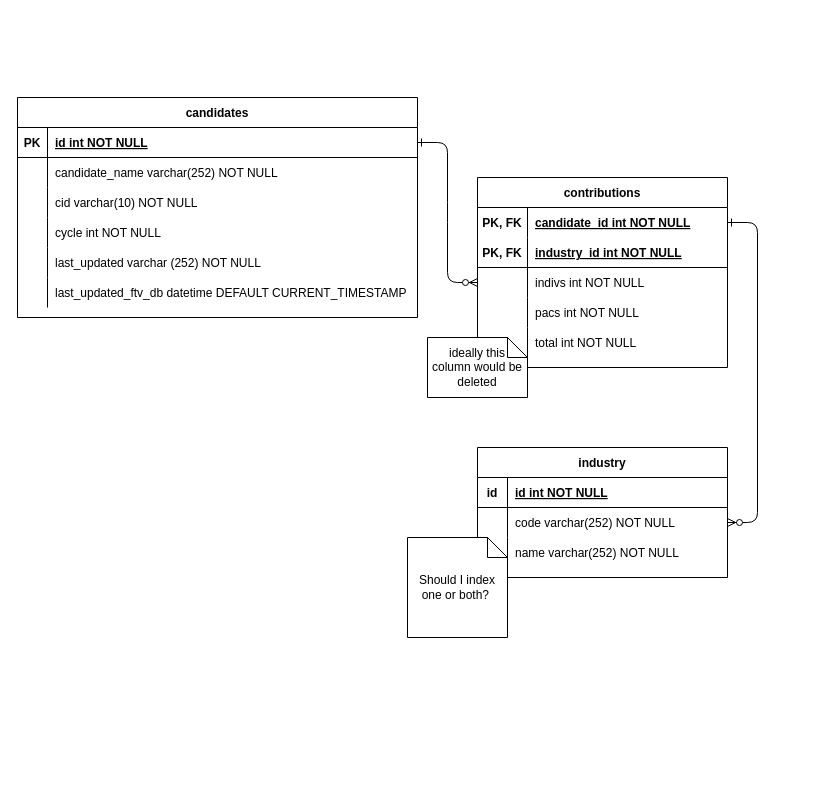
FundsToVotes/FTV_2022 keeps this draw.io diagram as serverside/database/database_structure.drawio. Above is the earlier version. Source tidied: cells renumbered, new cells numbered last; positions are measured from the earlier drawing's top-left corner, leaving out a move shared by most shapes. Both pictures are drawn from the tidied source at 100%, with x=0, y=0 at pixel (17, 97).
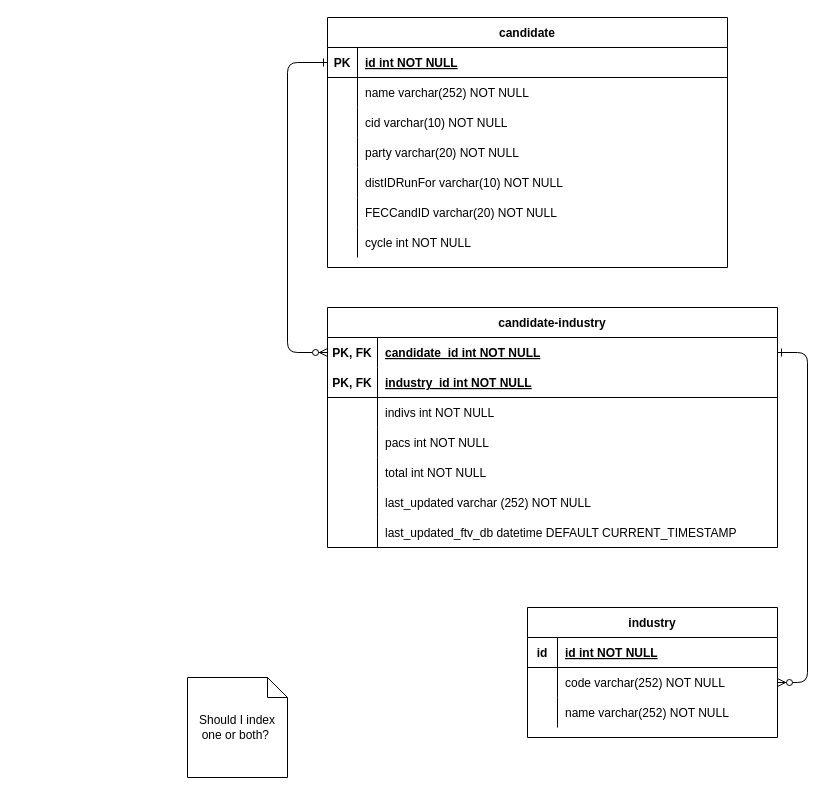
After the change.

The change refers to these unchanged cells:
```xml
<mxCell id="31" style="shape=partialRectangle;fillColor=none;points=[[0,0.5],[1,0.5]];portConstraint=eastwest;top=0;left=0;right=0;bottom=1;" parent="30" vertex="1">
  <mxGeometry y="30" width="400" height="30" as="geometry" />
</mxCell>
<mxCell id="34" style="shape=partialRectangle;fillColor=none;top=0;left=0;right=0;bottom=0;" parent="30" vertex="1">
  <mxGeometry y="60" width="400" height="30" as="geometry" />
</mxCell>
<mxCell id="40" style="shape=partialRectangle;fillColor=none;top=0;left=0;right=0;bottom=0;" parent="30" vertex="1">
  <mxGeometry y="120" width="400" height="30" as="geometry" />
</mxCell>
```

What changed in the source:
```diff
@@
-    <mxCell id="2" style="edgeStyle=entityRelationEdgeStyle;endArrow=ERzeroToMany;startArrow=ERone;endFill=1;startFill=0;" parent="1" edge="1" source="31" target="11">
-      <mxGeometry relative="1" as="geometry" />
+    <mxCell id="2" style="edgeStyle=elbowEdgeStyle;endArrow=ERzeroToMany;startArrow=ERone;endFill=1;startFill=0;entryX=0;entryY=0.5;entryDx=0;entryDy=0;exitX=0;exitY=0.5;exitDx=0;exitDy=0;" parent="1" edge="1" source="31" target="5">
+      <mxGeometry relative="1" as="geometry">
+        <Array as="points">
+          <mxPoint x="270" y="140" />
+        </Array>
+      </mxGeometry>
     </mxCell>
@@
-    <mxCell id="4" value="contributions" style="shape=table;startSize=30;childLayout=tableLayout;rowLines=0;fontStyle=1;align=center;" parent="1" vertex="1">
-      <mxGeometry x="460" y="80" width="250" height="190" as="geometry" />
+    <mxCell id="4" value="candidate-industry" style="shape=table;startSize=30;childLayout=tableLayout;rowLines=0;fontStyle=1;align=center;" parent="1" vertex="1">
+      <mxGeometry x="310" y="210" width="450" height="240" as="geometry" />
     </mxCell>
     <mxCell id="5" style="shape=partialRectangle;fillColor=none;points=[[0,0.5],[1,0.5]];portConstraint=eastwest;top=0;left=0;right=0;bottom=1;strokeColor=none;" parent="4" vertex="1">
-      <mxGeometry y="30" width="250" height="30" as="geometry" />
+      <mxGeometry y="30" width="450" height="30" as="geometry" />
     </mxCell>
@@
     <mxCell id="7" value="candidate_id int NOT NULL " style="shape=partialRectangle;overflow=hidden;fillColor=none;top=0;left=0;bottom=0;right=0;align=left;spacingLeft=6;fontStyle=5;" parent="5" vertex="1">
-      <mxGeometry x="50" width="200" height="30" as="geometry" />
+      <mxGeometry x="50" width="400" height="30" as="geometry" />
     </mxCell>
     <mxCell id="8" style="shape=tableRow;horizontal=0;startSize=0;swimlaneHead=0;swimlaneBody=0;fillColor=none;top=0;left=0;right=0;bottom=1;" parent="4" vertex="1">
-      <mxGeometry y="60" width="250" height="30" as="geometry" />
+      <mxGeometry y="60" width="450" height="30" as="geometry" />
     </mxCell>
@@
     <mxCell id="10" value="industry_id int NOT NULL" style="shape=partialRectangle;fillColor=none;top=0;left=0;bottom=0;right=0;align=left;spacingLeft=6;fontStyle=5;overflow=hidden;" parent="8" vertex="1">
-      <mxGeometry x="50" width="200" height="30" as="geometry" />
+      <mxGeometry x="50" width="400" height="30" as="geometry" />
     </mxCell>
     <mxCell id="11" style="shape=partialRectangle;fillColor=none;points=[[0,0.5],[1,0.5]];portConstraint=eastwest;top=0;left=0;right=0;bottom=0;" parent="4" vertex="1">
-      <mxGeometry y="90" width="250" height="30" as="geometry" />
+      <mxGeometry y="90" width="450" height="30" as="geometry" />
     </mxCell>
@@
     <mxCell id="13" value="indivs int NOT NULL" style="shape=partialRectangle;overflow=hidden;fillColor=none;top=0;left=0;bottom=0;right=0;align=left;spacingLeft=6;" parent="11" vertex="1">
-      <mxGeometry x="50" width="200" height="30" as="geometry" />
+      <mxGeometry x="50" width="400" height="30" as="geometry" />
     </mxCell>
     <mxCell id="14" style="shape=partialRectangle;fillColor=none;top=0;left=0;right=0;bottom=0;" parent="4" vertex="1">
-      <mxGeometry y="120" width="250" height="30" as="geometry" />
+      <mxGeometry y="120" width="450" height="30" as="geometry" />
     </mxCell>
@@
     <mxCell id="16" value="pacs int NOT NULL" style="shape=partialRectangle;overflow=hidden;fillColor=none;top=0;left=0;bottom=0;right=0;align=left;spacingLeft=6;" parent="14" vertex="1">
-      <mxGeometry x="50" width="200" height="30" as="geometry" />
+      <mxGeometry x="50" width="400" height="30" as="geometry" />
     </mxCell>
     <mxCell id="17" style="shape=partialRectangle;fillColor=none;top=0;left=0;right=0;bottom=0;" parent="4" vertex="1">
-      <mxGeometry y="150" width="250" height="30" as="geometry" />
+      <mxGeometry y="150" width="450" height="30" as="geometry" />
     </mxCell>
@@
     <mxCell id="19" value="total int NOT NULL" style="shape=partialRectangle;overflow=hidden;fillColor=none;top=0;left=0;bottom=0;right=0;align=left;spacingLeft=6;" parent="17" vertex="1">
-      <mxGeometry x="50" width="200" height="30" as="geometry" />
+      <mxGeometry x="50" width="400" height="30" as="geometry" />
     </mxCell>
+    <mxCell id="43" style="shape=partialRectangle;fillColor=none;top=0;left=0;right=0;bottom=0;" parent="4" vertex="1">
+      <mxGeometry y="180" width="450" height="30" as="geometry" />
+    </mxCell>
+    <mxCell id="44" value="        " style="shape=partialRectangle;overflow=hidden;fillColor=none;top=0;left=0;bottom=0;right=0;" parent="43" vertex="1">
+      <mxGeometry width="50" height="30" as="geometry" />
+    </mxCell>
+    <mxCell id="45" value="last_updated varchar (252) NOT NULL" style="shape=partialRectangle;overflow=hidden;fillColor=none;top=0;left=0;bottom=0;right=0;align=left;spacingLeft=6;" parent="43" vertex="1">
+      <mxGeometry x="50" width="400" height="30" as="geometry" />
+    </mxCell>
+    <mxCell id="46" style="shape=partialRectangle;fillColor=none;top=0;left=0;right=0;bottom=0;" parent="4" vertex="1">
+      <mxGeometry y="210" width="450" height="30" as="geometry" />
+    </mxCell>
+    <mxCell id="47" style="shape=partialRectangle;overflow=hidden;fillColor=none;top=0;left=0;bottom=0;right=0;" parent="46" vertex="1">
+      <mxGeometry width="50" height="30" as="geometry" />
+    </mxCell>
+    <mxCell id="48" value="last_updated_ftv_db datetime DEFAULT CURRENT_TIMESTAMP" style="shape=partialRectangle;overflow=hidden;fillColor=none;top=0;left=0;bottom=0;right=0;align=left;spacingLeft=6;" parent="46" vertex="1">
+      <mxGeometry x="50" width="400" height="30" as="geometry" />
+    </mxCell>
     <mxCell id="20" value="industry" style="shape=table;startSize=30;childLayout=tableLayout;rowLines=0;fontStyle=1;align=center;" parent="1" vertex="1">
-      <mxGeometry x="460" y="350" width="250" height="130" as="geometry" />
+      <mxGeometry x="510" y="510" width="250" height="130" as="geometry" />
     </mxCell>
@@
-    <mxCell id="30" value="candidates" style="shape=table;startSize=30;childLayout=tableLayout;rowLines=0;fontStyle=1;align=center;" parent="1" vertex="1">
-      <mxGeometry width="400" height="220" as="geometry" />
+    <mxCell id="30" value="candidate" style="shape=table;startSize=30;childLayout=tableLayout;rowLines=0;fontStyle=1;align=center;" parent="1" vertex="1">
+      <mxGeometry x="310" y="-80" width="400" height="250" as="geometry" />
     </mxCell>
@@
-    <mxCell id="36" value="candidate_name varchar(252) NOT NULL" style="shape=partialRectangle;overflow=hidden;fillColor=none;top=0;left=0;bottom=0;right=0;align=left;spacingLeft=6;" parent="34" vertex="1">
+    <mxCell id="36" value="name varchar(252) NOT NULL" style="shape=partialRectangle;overflow=hidden;fillColor=none;top=0;left=0;bottom=0;right=0;align=left;spacingLeft=6;" parent="34" vertex="1">
       <mxGeometry x="30" width="370" height="30" as="geometry" />
     </mxCell>
@@
-    <mxCell id="41" style="shape=partialRectangle;overflow=hidden;fillColor=none;top=0;left=0;bottom=0;right=0;" parent="40" vertex="1">
-      <mxGeometry width="30" height="30" as="geometry" />
-    </mxCell>
+    <mxCell id="51" style="shape=partialRectangle;overflow=hidden;fillColor=none;top=0;left=0;bottom=0;right=0;" parent="40" vertex="1">
+      <mxGeometry width="30" height="30" as="geometry" />
+    </mxCell>
+    <mxCell id="52" value="party varchar(20) NOT NULL " style="shape=partialRectangle;overflow=hidden;fillColor=none;top=0;left=0;bottom=0;right=0;align=left;spacingLeft=6;" parent="40" vertex="1">
+      <mxGeometry x="30" width="370" height="30" as="geometry" />
+    </mxCell>
+    <mxCell id="53" style="shape=partialRectangle;fillColor=none;top=0;left=0;right=0;bottom=0;" parent="30" vertex="1">
+      <mxGeometry y="150" width="400" height="30" as="geometry" />
+    </mxCell>
+    <mxCell id="54" style="shape=partialRectangle;overflow=hidden;fillColor=none;top=0;left=0;bottom=0;right=0;" parent="53" vertex="1">
+      <mxGeometry width="30" height="30" as="geometry" />
+    </mxCell>
+    <mxCell id="55" value="distIDRunFor varchar(10) NOT NULL" style="shape=partialRectangle;overflow=hidden;fillColor=none;top=0;left=0;bottom=0;right=0;align=left;spacingLeft=6;" parent="53" vertex="1">
+      <mxGeometry x="30" width="370" height="30" as="geometry" />
+    </mxCell>
+    <mxCell id="56" style="shape=partialRectangle;fillColor=none;top=0;left=0;right=0;bottom=0;" parent="30" vertex="1">
+      <mxGeometry y="180" width="400" height="30" as="geometry" />
+    </mxCell>
+    <mxCell id="57" style="shape=partialRectangle;overflow=hidden;fillColor=none;top=0;left=0;bottom=0;right=0;" parent="56" vertex="1">
+      <mxGeometry width="30" height="30" as="geometry" />
+    </mxCell>
+    <mxCell id="58" value="FECCandID varchar(20) NOT NULL" style="shape=partialRectangle;overflow=hidden;fillColor=none;top=0;left=0;bottom=0;right=0;align=left;spacingLeft=6;" parent="56" vertex="1">
+      <mxGeometry x="30" width="370" height="30" as="geometry" />
+    </mxCell>
+    <mxCell id="59" style="shape=partialRectangle;fillColor=none;top=0;left=0;right=0;bottom=0;" parent="30" vertex="1">
+      <mxGeometry y="210" width="400" height="30" as="geometry" />
+    </mxCell>
+    <mxCell id="60" style="shape=partialRectangle;overflow=hidden;fillColor=none;top=0;left=0;bottom=0;right=0;" parent="59" vertex="1">
+      <mxGeometry width="30" height="30" as="geometry" />
+    </mxCell>
-    <mxCell id="42" value="cycle int NOT NULL" style="shape=partialRectangle;overflow=hidden;fillColor=none;top=0;left=0;bottom=0;right=0;align=left;spacingLeft=6;" parent="40" vertex="1">
+    <mxCell id="42" value="cycle int NOT NULL" style="shape=partialRectangle;overflow=hidden;fillColor=none;top=0;left=0;bottom=0;right=0;align=left;spacingLeft=6;" parent="59" vertex="1">
       <mxGeometry x="30" width="370" height="30" as="geometry" />
     </mxCell>
-    <mxCell id="43" style="shape=partialRectangle;fillColor=none;top=0;left=0;right=0;bottom=0;" parent="30" vertex="1">
-      <mxGeometry y="150" width="400" height="30" as="geometry" />
-    </mxCell>
-    <mxCell id="44" value="        " style="shape=partialRectangle;overflow=hidden;fillColor=none;top=0;left=0;bottom=0;right=0;" parent="43" vertex="1">
-      <mxGeometry width="30" height="30" as="geometry" />
-    </mxCell>
-    <mxCell id="45" value="last_updated varchar (252) NOT NULL" style="shape=partialRectangle;overflow=hidden;fillColor=none;top=0;left=0;bottom=0;right=0;align=left;spacingLeft=6;" parent="43" vertex="1">
-      <mxGeometry x="30" width="370" height="30" as="geometry" />
-    </mxCell>
-    <mxCell id="46" style="shape=partialRectangle;fillColor=none;top=0;left=0;right=0;bottom=0;" parent="30" vertex="1">
-      <mxGeometry y="180" width="400" height="30" as="geometry" />
-    </mxCell>
-    <mxCell id="47" style="shape=partialRectangle;overflow=hidden;fillColor=none;top=0;left=0;bottom=0;right=0;" parent="46" vertex="1">
-      <mxGeometry width="30" height="30" as="geometry" />
-    </mxCell>
-    <mxCell id="48" value="last_updated_ftv_db datetime DEFAULT CURRENT_TIMESTAMP" style="shape=partialRectangle;overflow=hidden;fillColor=none;top=0;left=0;bottom=0;right=0;align=left;spacingLeft=6;" parent="46" vertex="1">
-      <mxGeometry x="30" width="370" height="30" as="geometry" />
-    </mxCell>
-    <mxCell id="49" value="ideally this column would be deleted" style="shape=note;size=20;whiteSpace=wrap;html=1;" parent="1" vertex="1">
-      <mxGeometry x="410" y="240" width="100" height="60" as="geometry" />
-    </mxCell>
     <mxCell id="50" value="Should I index one or both?&amp;nbsp;" style="shape=note;size=20;whiteSpace=wrap;html=1;" parent="1" vertex="1">
-      <mxGeometry x="390" y="440" width="100" height="100" as="geometry" />
+      <mxGeometry x="170" y="580" width="100" height="100" as="geometry" />
     </mxCell>
```
